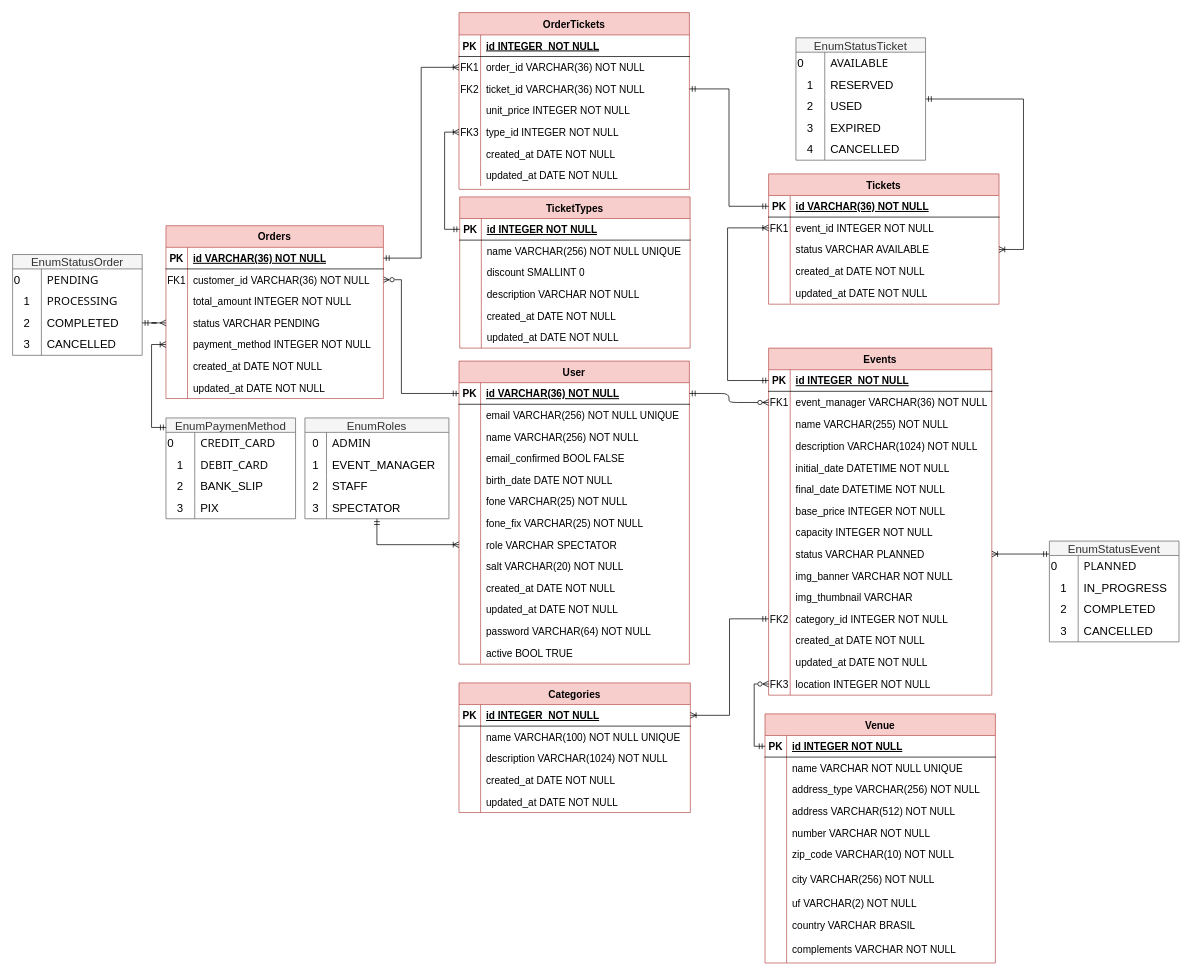
Before: ticketeasypro/docs/Diagrama Entidade-Relacionamento.drawio in Christian4227/IES301_2024, a draw.io diagram. Source tidied: cells renumbered, new cells numbered last; positions are measured from the earlier drawing's top-left corner, leaving out a move shared by most shapes. Both pictures are drawn from the tidied source at 72%, with x=0, y=0 at pixel (12, 12).
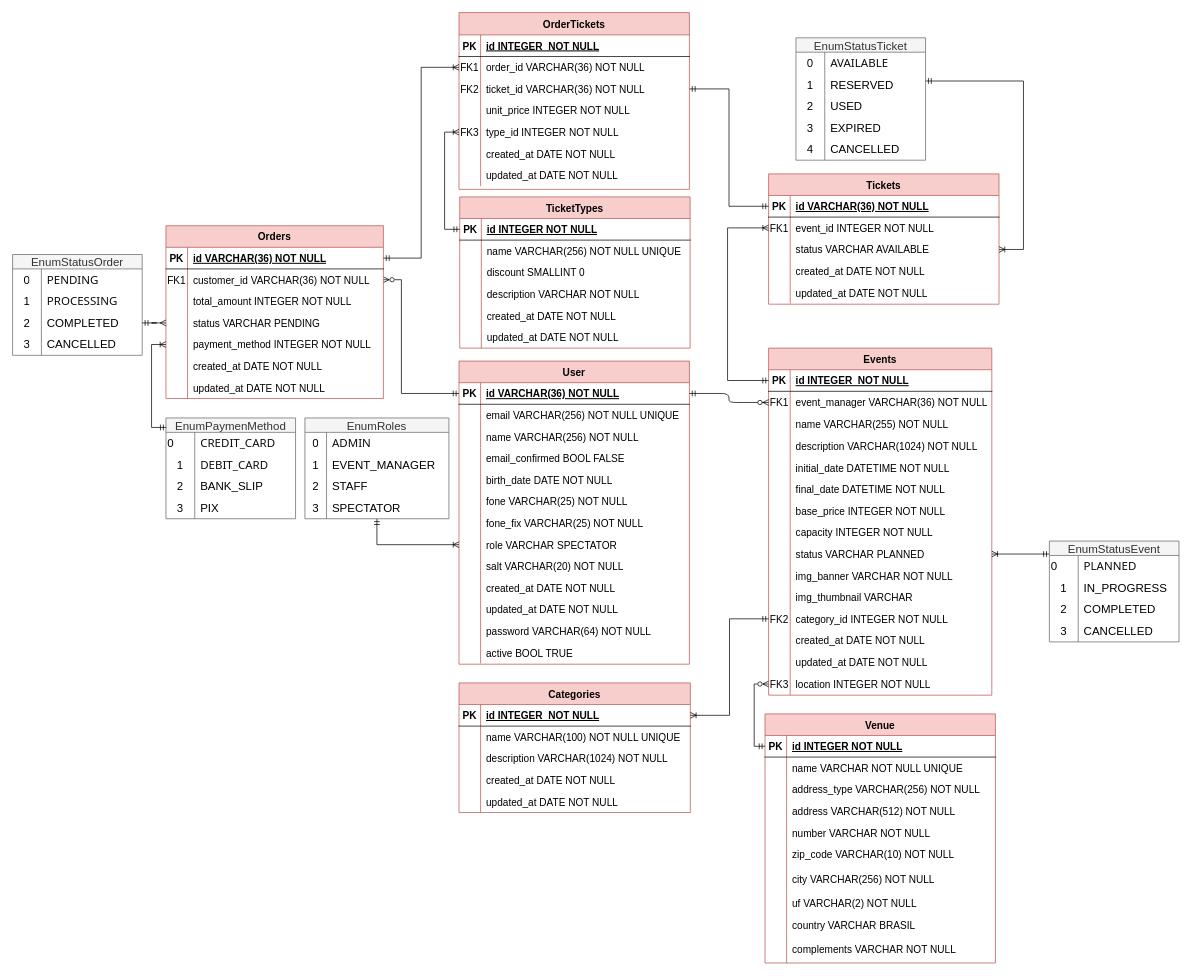
After the change.

The change refers to these unchanged cells:
```xml
<mxCell id="112" style="shape=partialRectangle;fillColor=none;points=[[0,0.5],[1,0.5]];portConstraint=eastwest;top=0;left=0;right=0;bottom=0;fontSize=14;" parent="105" vertex="1">
  <mxGeometry y="90" width="320" height="30" as="geometry" />
</mxCell>
<mxCell id="146" value="EnumStatusTicket" style="shape=table;startSize=20;childLayout=tableLayout;rowLines=0;fontStyle=0;strokeColor=#666666;fontSize=16;fillColor=#f5f5f5;fontColor=#333333;" parent="1" vertex="1">
  <mxGeometry x="1088" y="35" width="180" height="170" as="geometry" />
</mxCell>
<mxCell id="147" style="shape=tableRow;horizontal=0;startSize=0;swimlaneHead=0;swimlaneBody=0;top=0;left=0;bottom=0;right=0;fillColor=none;strokeColor=inherit;fontSize=16;" parent="146" vertex="1">
  <mxGeometry y="20" width="180" height="30" as="geometry" />
</mxCell>
<mxCell id="234" style="shape=tableRow;horizontal=0;startSize=0;swimlaneHead=0;swimlaneBody=0;top=0;left=0;bottom=0;right=0;fillColor=none;strokeColor=inherit;fontSize=16;" parent="233" vertex="1">
  <mxGeometry y="20" width="180" height="30" as="geometry" />
</mxCell>
```

Diff of the diagram source:
```diff
@@
     <mxCell id="145" style="edgeStyle=orthogonalEdgeStyle;rounded=0;jettySize=auto;html=1;entryX=1;entryY=0.5;entryDx=0;entryDy=0;endArrow=ERoneToMany;endFill=0;startArrow=ERmandOne;startFill=0;" parent="1" edge="1" source="146" target="112">
       <mxGeometry relative="1" as="geometry">
         <Array as="points">
-          <mxPoint x="1404" y="120" />
+          <mxPoint x="1404" y="95" />
           <mxPoint x="1404" y="329" />
         </Array>
       </mxGeometry>
     </mxCell>
@@
-    <mxCell id="148" value="0&lt;span style=&quot;white-space: pre;&quot;&gt;&#9;&lt;/span&gt;" style="shape=partialRectangle;html=1;whiteSpace=wrap;fillColor=none;top=0;left=0;bottom=0;right=0;overflow=hidden;strokeColor=inherit;fontSize=16;" parent="147" vertex="1">
+    <mxCell id="148" value="0" style="shape=partialRectangle;html=1;whiteSpace=wrap;fillColor=none;top=0;left=0;bottom=0;right=0;overflow=hidden;strokeColor=inherit;fontSize=16;" parent="147" vertex="1">
       <mxGeometry width="40" height="30" as="geometry" />
     </mxCell>
@@
-    <mxCell id="235" value="0&lt;span style=&quot;white-space: pre;&quot;&gt;&#9;&lt;/span&gt;" style="shape=partialRectangle;html=1;whiteSpace=wrap;fillColor=none;top=0;left=0;bottom=0;right=0;overflow=hidden;strokeColor=inherit;fontSize=16;" parent="234" vertex="1">
+    <mxCell id="235" value="0" style="shape=partialRectangle;html=1;whiteSpace=wrap;fillColor=none;top=0;left=0;bottom=0;right=0;overflow=hidden;strokeColor=inherit;fontSize=16;" parent="234" vertex="1">
       <mxGeometry width="40" height="30" as="geometry" />
     </mxCell>
```
